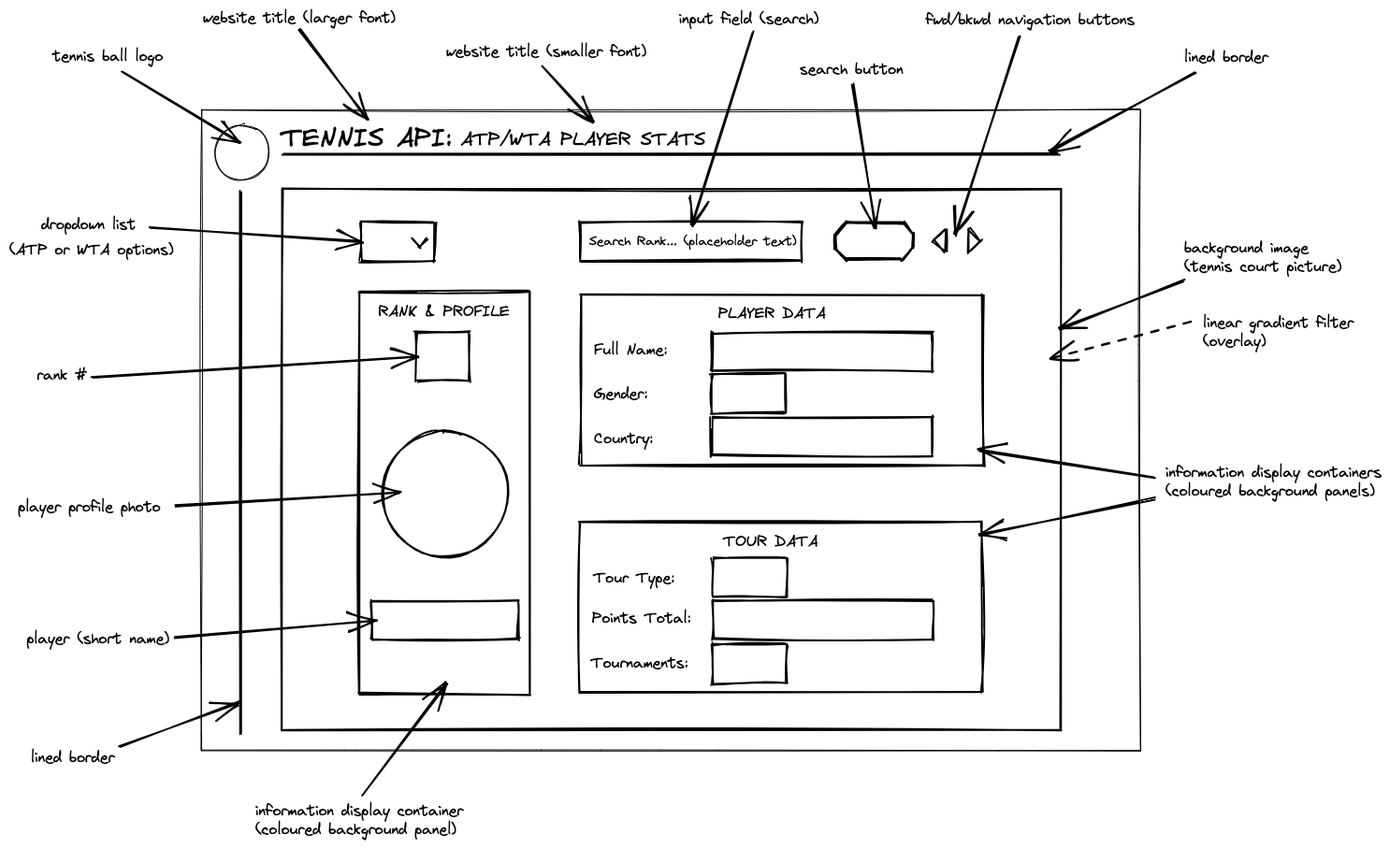
markyoung76/tennis-api keeps this Excalidraw diagram as source-material/plan/tennis-api-excalidraw-design-low-fidelity.excalidraw.png. Above is the earlier version. Source tidied: one line per element, renumbered; positions are measured from the earlier drawing's top-left corner, leaving out a move shared by most shapes.
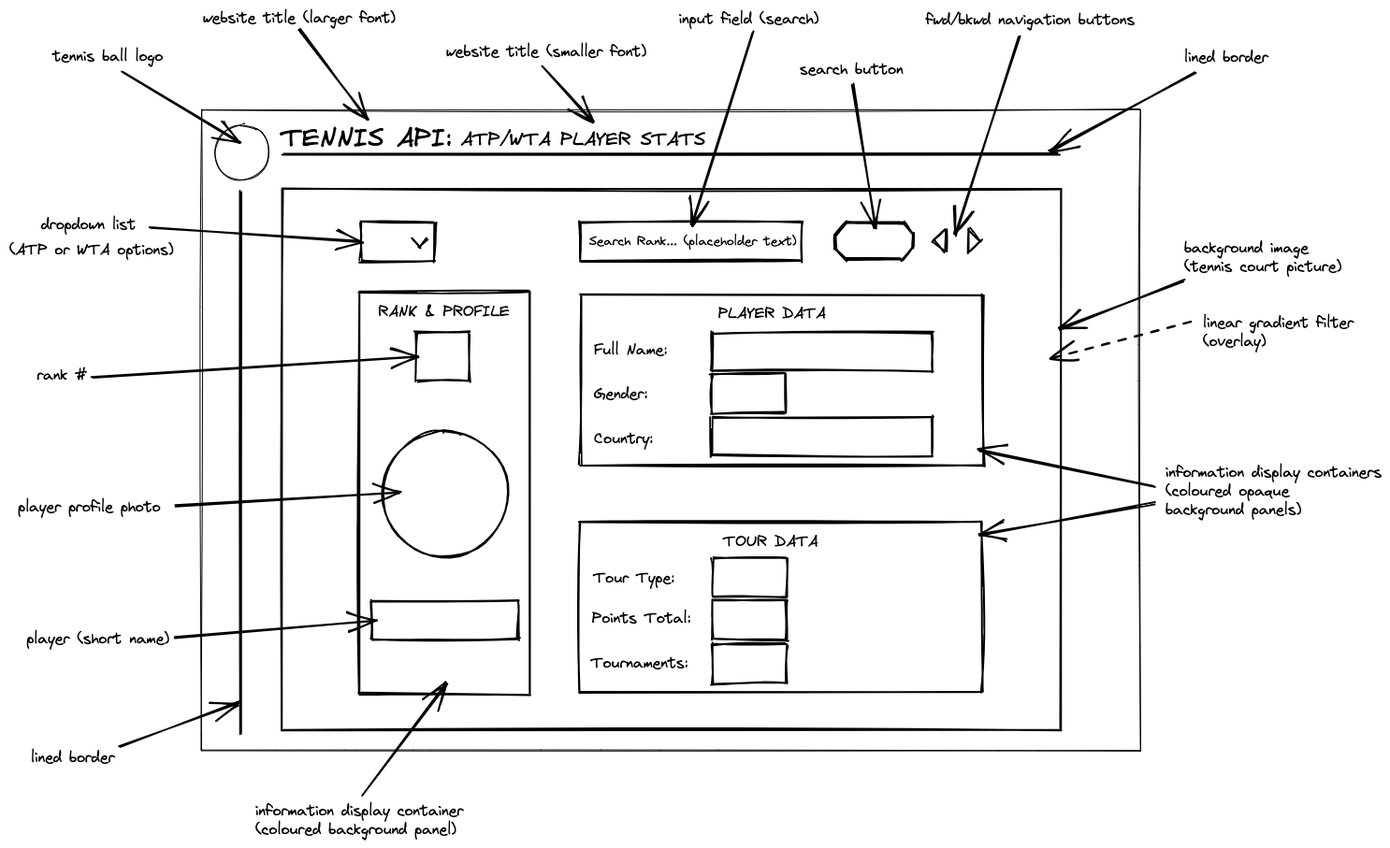
Later version of the same file.

Commit message:
modified our README.md file to replace the existing high-fidelity wireframe and show a before and after representation instead. Also, updated our plan.md file

Change to the diagram source:
```diff
@@ -12,7 +12,6 @@
 {"id": 11, "type": "rectangle", "strokeColor": "#000000", "strokeWidth": 2, "roughness": 1, "x": 751, "y": 606, "width": 235, "height": 41}
 {"id": 12, "type": "rectangle", "strokeColor": "#000000", "strokeWidth": 2, "roughness": 1, "x": 751, "y": 696, "width": 235, "height": 41}
 {"id": 13, "type": "rectangle", "strokeColor": "#000000", "strokeWidth": 2, "roughness": 1, "x": 750, "y": 650, "width": 79, "height": 41}
-{"id": 14, "type": "rectangle", "strokeColor": "#000000", "strokeWidth": 2, "roughness": 1, "x": 753, "y": 892, "width": 235, "height": 41}
 {"id": 15, "type": "rectangle", "strokeColor": "#000000", "strokeWidth": 2, "roughness": 1, "x": 752, "y": 939, "width": 79, "height": 41}
 {"id": 16, "type": "rectangle", "strokeColor": "#000000", "strokeWidth": 2, "roughness": 1, "x": 752, "y": 847, "width": 79, "height": 41}
 {"id": 17, "type": "rectangle", "strokeColor": "#000000", "strokeWidth": 2, "roughness": 1, "x": 376, "y": 488, "width": 79, "height": 41}
@@ -72,10 +71,11 @@
 {"id": 71, "type": "text", "text": "player (short name)", "strokeColor": "#000000", "strokeWidth": 2, "roughness": 1, "fontSize": 16, "fontFamily": 1, "x": 18, "y": 924, "width": 154, "height": 20}
 {"id": 72, "type": "arrow", "strokeColor": "#000000", "strokeWidth": 2, "roughness": 1, "endArrowhead": "arrow", "from": 73, "x": 1256, "y": 550, "width": 133, "height": 53, "points": [[0, 0], [-133, 53]]}
 {"id": 73, "type": "text", "text": "background image\n(tennis court picture)", "strokeColor": "#000000", "strokeWidth": 2, "roughness": 1, "fontSize": 16, "fontFamily": 1, "x": 1256, "y": 506, "width": 169, "height": 40}
-{"id": 74, "type": "arrow", "strokeColor": "#000000", "angle": 0.11, "strokeWidth": 2, "roughness": 1, "endArrowhead": "arrow", "from": 75, "x": 1225, "y": 751, "width": 189, "height": 9, "points": [[0, 0], [-189, -9]]}
+{"id": 74, "type": "arrow", "strokeColor": "#000000", "angle": 0.11, "strokeWidth": 2, "roughness": 1, "endArrowhead": "arrow", "from": 75, "x": 1226, "y": 760, "width": 190, "height": 18, "points": [[0, 0], [-190, -18]]}
-{"id": 75, "type": "text", "text": "information display containers\n(coloured background panels)", "strokeColor": "#000000", "strokeWidth": 2, "roughness": 1, "fontSize": 16, "fontFamily": 1, "x": 1236, "y": 746, "width": 231, "height": 40}
+{"id": 75, "type": "text", "text": "information display containers\n(coloured opaque \nbackground panels)", "strokeColor": "#000000", "strokeWidth": 2, "roughness": 1, "fontSize": 16, "fontFamily": 1, "x": 1236, "y": 746, "width": 231, "height": 60}
-{"id": 76, "type": "arrow", "strokeColor": "#000000", "angle": 6.04, "strokeWidth": 2, "roughness": 1, "endArrowhead": "arrow", "from": 75, "x": 1226, "y": 806, "width": 191, "height": 8, "points": [[0, 0], [-191, -8]]}
+{"id": 76, "type": "arrow", "strokeColor": "#000000", "angle": 6.04, "strokeWidth": 2, "roughness": 1, "endArrowhead": "arrow", "from": 75, "x": 1225, "y": 811, "width": 190, "height": 12, "points": [[0, 0], [-190, -12]]}
 {"id": 77, "type": "arrow", "strokeColor": "#000000", "angle": 1.8, "strokeWidth": 2, "roughness": 1, "endArrowhead": "arrow", "from": 78, "x": 492, "y": 1071, "width": 137, "height": 60, "points": [[0, 0], [-137, -60]]}
 {"id": 78, "type": "text", "text": "information display container\n(coloured background panel)", "strokeColor": "#000000", "strokeWidth": 2, "roughness": 1, "fontSize": 16, "fontFamily": 1, "x": 263, "y": 1108, "width": 223, "height": 40}
 {"id": 79, "type": "text", "text": "linear gradient filter\n(overlay)", "strokeColor": "#000000", "strokeWidth": 2, "roughness": 1, "fontSize": 16, "fontFamily": 1, "x": 1276, "y": 586, "width": 161, "height": 40}
 {"id": 80, "type": "arrow", "strokeColor": "#000000", "strokeWidth": 2, "strokeStyle": "dashed", "roughness": 1, "endArrowhead": "arrow", "from": 79, "x": 1262, "y": 593, "width": 150, "height": 41, "points": [[0, 0], [-150, 41]]}
+{"id": 81, "type": "rectangle", "strokeColor": "#000000", "strokeWidth": 2, "roughness": 1, "x": 752, "y": 892, "width": 79, "height": 41}
```
